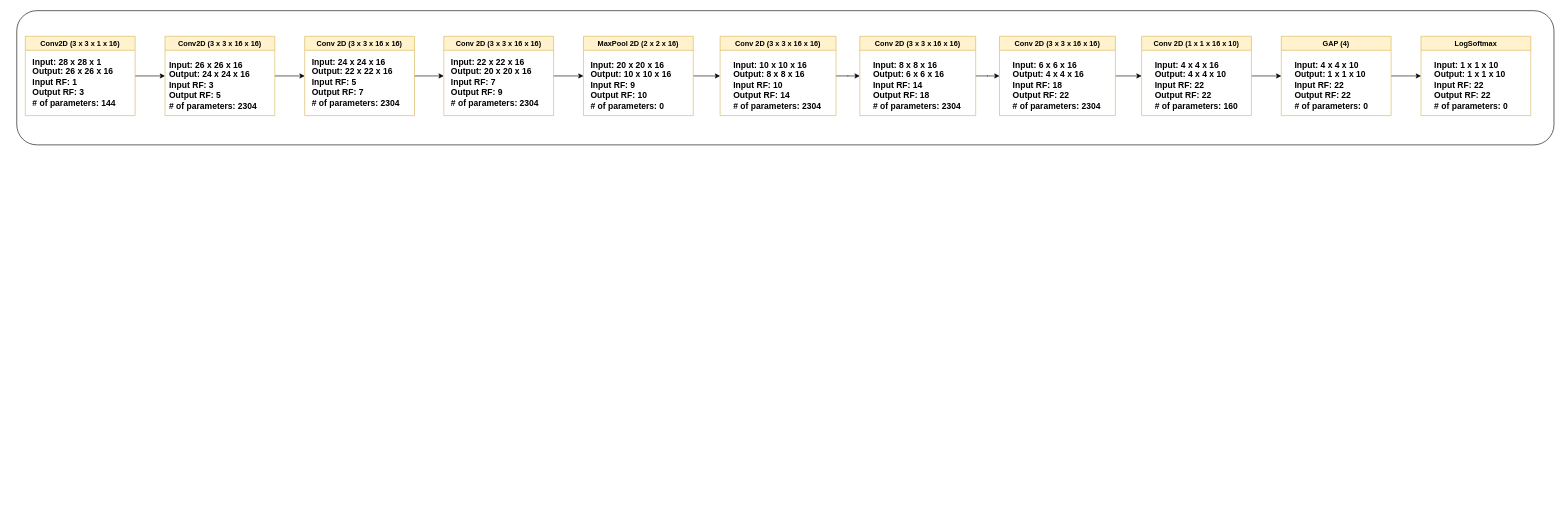
Above: session_6/diagrams.drawio in jyanivaddi/ERA_V1 (draw.io), before the change. Source tidied: cells renumbered, new cells numbered last; positions are measured from the earlier drawing's top-left corner, leaving out a move shared by most shapes. Both pictures are drawn from the tidied source at 61%, with x=0, y=0 at pixel (16, 10).
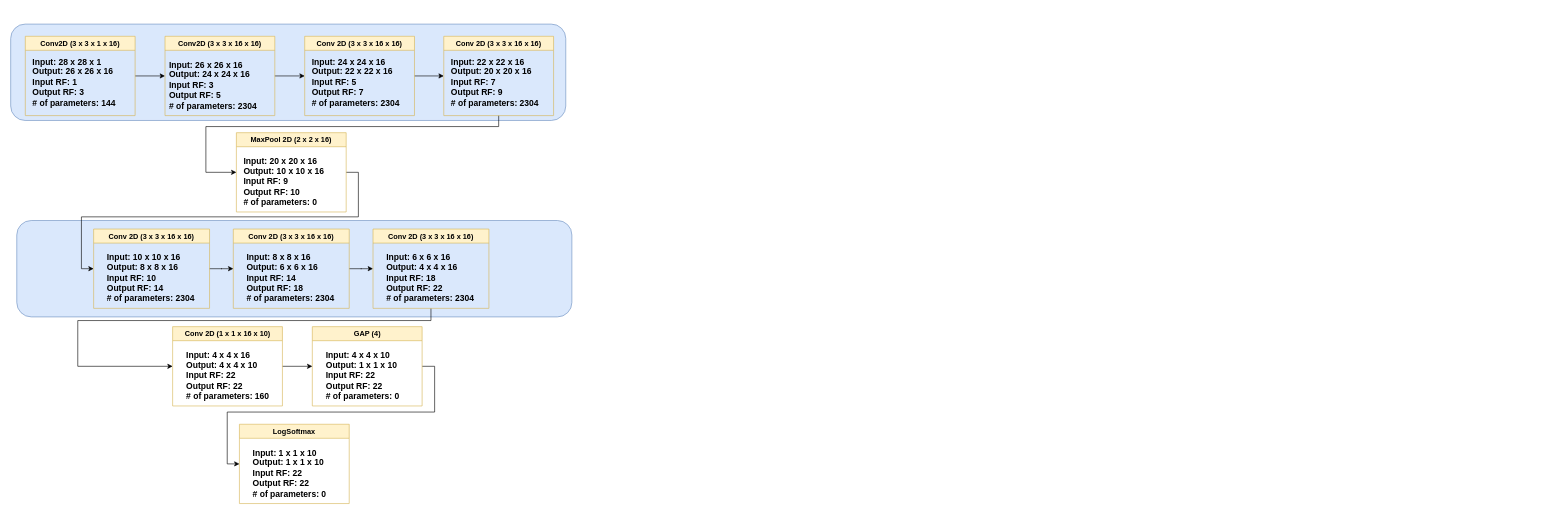
The same diagram, later.

Unchanged cells that the change refers to:
```xml
<mxCell id="24" value="Conv 2D (3 x 3 x 16 x 16)" style="swimlane;whiteSpace=wrap;html=1;fillColor=#fff2cc;strokeColor=#d6b656;" parent="1" vertex="1">
  <mxGeometry x="700" y="42" width="180" height="130" as="geometry" />
</mxCell>
```

The edit, as a diff of the source:
```diff
@@
-    <mxCell id="2" style="rounded=1;whiteSpace=wrap;html=1;" parent="1" vertex="1">
-      <mxGeometry width="2520" height="220" as="geometry" />
-    </mxCell>
+    <mxCell id="35" style="rounded=1;whiteSpace=wrap;html=1;fillColor=#dae8fc;strokeColor=#6c8ebf;" parent="1" vertex="1">
+      <mxGeometry y="344" width="910" height="158" as="geometry" />
+    </mxCell>
+    <mxCell id="36" style="rounded=1;whiteSpace=wrap;html=1;fillColor=#dae8fc;strokeColor=#6c8ebf;" parent="1" vertex="1">
+      <mxGeometry x="-10" y="22" width="910" height="158" as="geometry" />
+    </mxCell>
@@
-    <mxCell id="12" style="edgeStyle=orthogonalEdgeStyle;rounded=0;jettySize=auto;html=1;entryX=0;entryY=0.5;entryDx=0;entryDy=0;" parent="1" edge="1" source="13" target="16">
-      <mxGeometry relative="1" as="geometry" />
+    <mxCell id="12" style="edgeStyle=orthogonalEdgeStyle;rounded=0;jettySize=auto;html=1;exitX=1;exitY=0.5;exitDx=0;exitDy=0;entryX=0;entryY=0.5;entryDx=0;entryDy=0;" parent="1" edge="1" source="13" target="16">
+      <mxGeometry relative="1" as="geometry">
+        <Array as="points">
+          <mxPoint x="560" y="265" />
+          <mxPoint x="560" y="338" />
+          <mxPoint x="106" y="338" />
+          <mxPoint x="106" y="423" />
+        </Array>
+      </mxGeometry>
     </mxCell>
     <mxCell id="13" value="MaxPool 2D (2 x 2 x 16)" style="swimlane;whiteSpace=wrap;html=1;fillColor=#fff2cc;strokeColor=#d6b656;" parent="1" vertex="1">
-      <mxGeometry x="929" y="42" width="180" height="130" as="geometry" />
+      <mxGeometry x="360" y="200" width="180" height="130" as="geometry" />
     </mxCell>
@@
     <mxCell id="16" value="Conv 2D (3 x 3 x 16 x 16)" style="swimlane;whiteSpace=wrap;html=1;fillColor=#fff2cc;strokeColor=#d6b656;" parent="1" vertex="1">
-      <mxGeometry x="1153" y="42" width="190" height="130" as="geometry" />
+      <mxGeometry x="126" y="358" width="190" height="130" as="geometry" />
     </mxCell>
@@
     <mxCell id="18" value="LogSoftmax" style="swimlane;whiteSpace=wrap;html=1;fillColor=#fff2cc;strokeColor=#d6b656;" parent="1" vertex="1">
-      <mxGeometry x="2302" y="42" width="180" height="130" as="geometry" />
+      <mxGeometry x="365" y="678" width="180" height="130" as="geometry" />
     </mxCell>
@@
     <mxCell id="20" style="edgeStyle=orthogonalEdgeStyle;rounded=0;jettySize=auto;html=1;exitX=1;exitY=0.5;exitDx=0;exitDy=0;entryX=0;entryY=0.5;entryDx=0;entryDy=0;" parent="1" edge="1" source="21" target="18">
-      <mxGeometry relative="1" as="geometry" />
+      <mxGeometry relative="1" as="geometry">
+        <Array as="points">
+          <mxPoint x="685" y="583" />
+          <mxPoint x="685" y="658" />
+          <mxPoint x="345" y="658" />
+          <mxPoint x="345" y="743" />
+        </Array>
+      </mxGeometry>
     </mxCell>
     <mxCell id="21" value="GAP (4)" style="swimlane;whiteSpace=wrap;html=1;fillColor=#fff2cc;strokeColor=#d6b656;" parent="1" vertex="1">
-      <mxGeometry x="2073" y="42" width="180" height="130" as="geometry" />
+      <mxGeometry x="484.5" y="518" width="180" height="130" as="geometry" />
     </mxCell>
@@
     <mxCell id="23" style="edgeStyle=orthogonalEdgeStyle;rounded=0;jettySize=auto;html=1;entryX=0;entryY=0.5;entryDx=0;entryDy=0;" parent="1" edge="1" source="24" target="13">
-      <mxGeometry relative="1" as="geometry" />
+      <mxGeometry relative="1" as="geometry">
+        <Array as="points">
+          <mxPoint x="790" y="190" />
+          <mxPoint x="310" y="190" />
+          <mxPoint x="310" y="265" />
+        </Array>
+      </mxGeometry>
     </mxCell>
@@
     <mxCell id="27" value="Conv 2D (3 x 3 x 16 x 16)" style="swimlane;whiteSpace=wrap;html=1;fillColor=#fff2cc;strokeColor=#d6b656;" parent="1" vertex="1">
-      <mxGeometry x="1382" y="42" width="190" height="130" as="geometry" />
+      <mxGeometry x="355" y="358" width="190" height="130" as="geometry" />
     </mxCell>
@@
     <mxCell id="29" style="edgeStyle=orthogonalEdgeStyle;rounded=0;jettySize=auto;html=1;entryX=0;entryY=0.5;entryDx=0;entryDy=0;" parent="1" edge="1" source="30" target="33">
-      <mxGeometry relative="1" as="geometry" />
+      <mxGeometry relative="1" as="geometry">
+        <Array as="points">
+          <mxPoint x="679" y="508" />
+          <mxPoint x="100" y="508" />
+          <mxPoint x="100" y="583" />
+        </Array>
+      </mxGeometry>
     </mxCell>
     <mxCell id="30" value="Conv 2D (3 x 3 x 16 x 16)" style="swimlane;whiteSpace=wrap;html=1;fillColor=#fff2cc;strokeColor=#d6b656;" parent="1" vertex="1">
-      <mxGeometry x="1611" y="42" width="190" height="130" as="geometry" />
+      <mxGeometry x="584" y="358" width="190" height="130" as="geometry" />
     </mxCell>
@@
     <mxCell id="33" value="Conv 2D (1 x 1 x 16 x 10)" style="swimlane;whiteSpace=wrap;html=1;fillColor=#fff2cc;strokeColor=#d6b656;" parent="1" vertex="1">
-      <mxGeometry x="1844" y="42" width="180" height="130" as="geometry" />
+      <mxGeometry x="255.5" y="518" width="180" height="130" as="geometry" />
     </mxCell>
```
